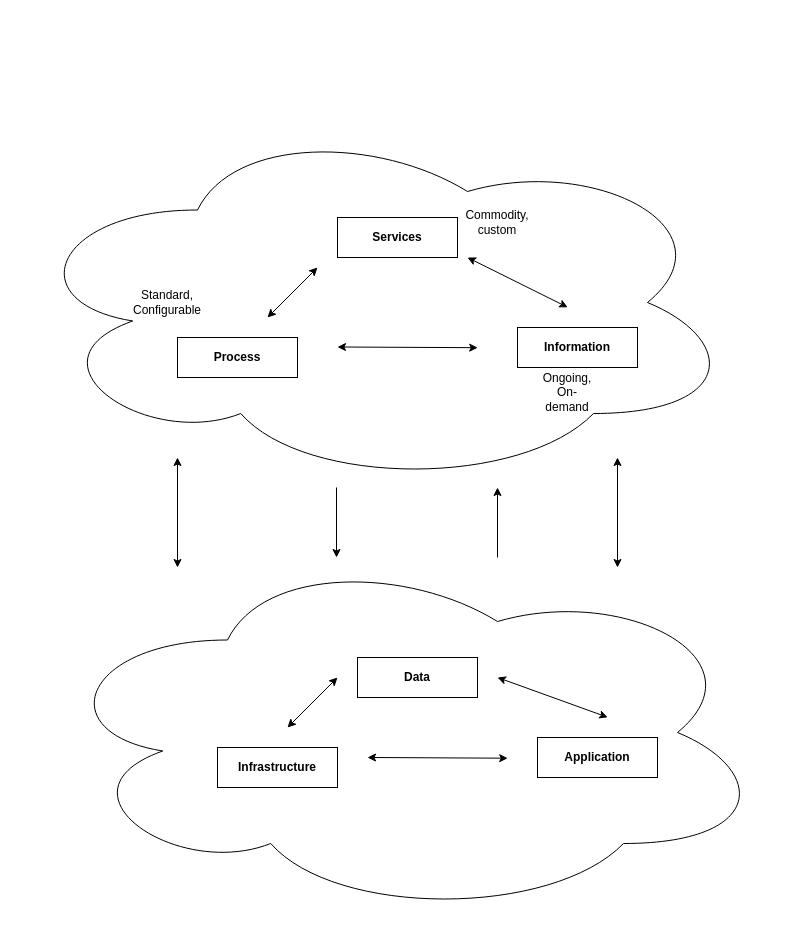
The draw.io diagram page "Page-2" (2 of 2) of Untitled Diagram.drawio in Vaikulkarni/PersonalWebsite, before the edit. Source tidied: cells renumbered, new cells numbered last; positions are measured from the earlier drawing's top-left corner, leaving out a move shared by most shapes. Both pictures are drawn from the tidied source at 100%, with x=0, y=0 at pixel (17, 117).
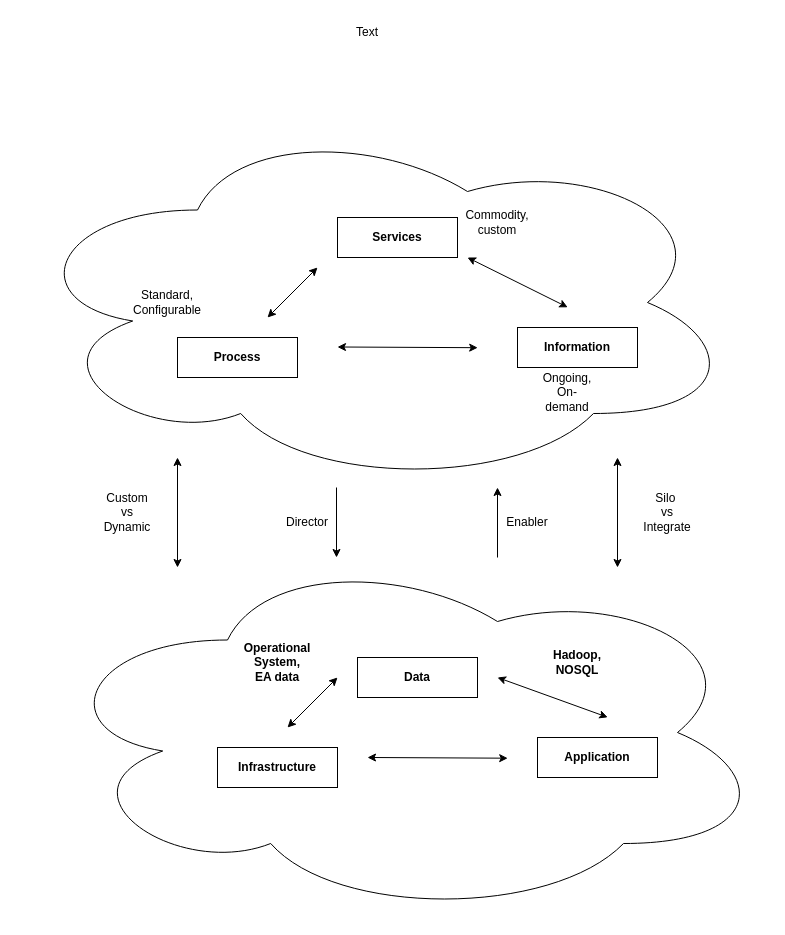
After the change.

Diff of the diagram source:
```diff
@@
+    <mxCell id="30" value="Custom&lt;br&gt;vs&lt;br&gt;Dynamic" style="text;html=1;strokeColor=none;fillColor=none;align=center;verticalAlign=middle;whiteSpace=wrap;rounded=0;" parent="1" vertex="1">
+      <mxGeometry x="80" y="380" width="60" height="30" as="geometry" />
+    </mxCell>
+    <mxCell id="31" value="Director" style="text;html=1;strokeColor=none;fillColor=none;align=center;verticalAlign=middle;whiteSpace=wrap;rounded=0;" parent="1" vertex="1">
+      <mxGeometry x="260" y="390" width="60" height="30" as="geometry" />
+    </mxCell>
+    <mxCell id="32" value="Enabler" style="text;html=1;strokeColor=none;fillColor=none;align=center;verticalAlign=middle;whiteSpace=wrap;rounded=0;" parent="1" vertex="1">
+      <mxGeometry x="480" y="390" width="60" height="30" as="geometry" />
+    </mxCell>
+    <mxCell id="33" value="Silo&amp;nbsp;&lt;br&gt;vs&lt;br&gt;Integrate" style="text;html=1;strokeColor=none;fillColor=none;align=center;verticalAlign=middle;whiteSpace=wrap;rounded=0;" parent="1" vertex="1">
+      <mxGeometry x="620" y="380" width="60" height="30" as="geometry" />
+    </mxCell>
+    <mxCell id="34" value="&lt;b&gt;Hadoop, NOSQL&lt;/b&gt;" style="text;html=1;strokeColor=none;fillColor=none;align=center;verticalAlign=middle;whiteSpace=wrap;rounded=0;" parent="1" vertex="1">
+      <mxGeometry x="530" y="530" width="60" height="30" as="geometry" />
+    </mxCell>
+    <mxCell id="35" value="&lt;b&gt;Operational System,&lt;br&gt;EA data&lt;br&gt;&lt;/b&gt;" style="text;html=1;strokeColor=none;fillColor=none;align=center;verticalAlign=middle;whiteSpace=wrap;rounded=0;" parent="1" vertex="1">
+      <mxGeometry x="230" y="530" width="60" height="30" as="geometry" />
+    </mxCell>
+    <mxCell id="36" value="Text" style="text;html=1;strokeColor=none;fillColor=none;align=center;verticalAlign=middle;whiteSpace=wrap;rounded=0;" parent="1" vertex="1">
+      <mxGeometry x="320" y="-100" width="60" height="30" as="geometry" />
+    </mxCell>
```
